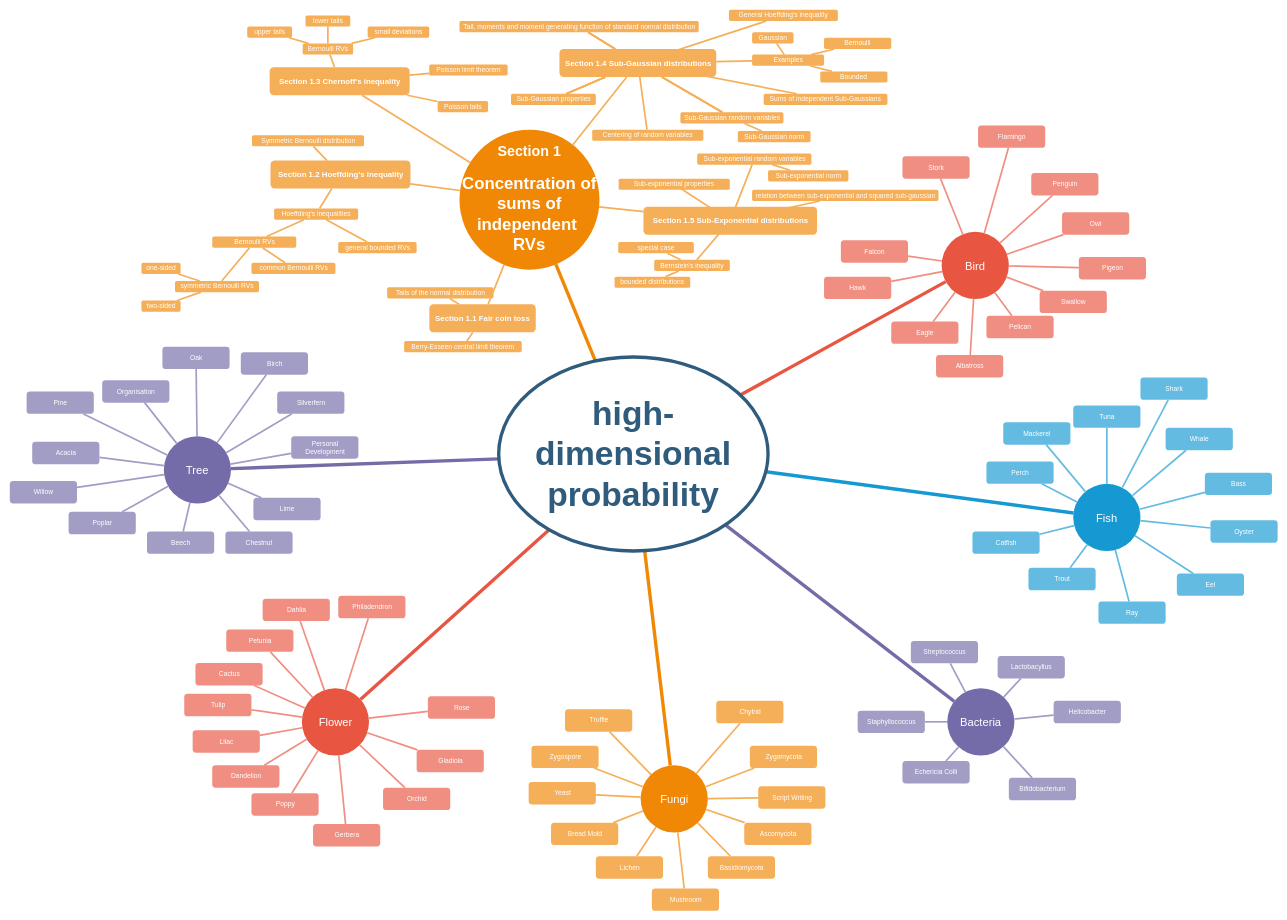
This is high-dimensional_probability.drawio from BjoernLudwigPTB/high-dimensional-probability, a draw.io file, before an edit. Source tidied: cells renumbered, new cells numbered last; positions are measured from the earlier drawing's top-left corner, leaving out a move shared by most shapes. Both pictures are drawn from the tidied source at 56%, with x=0, y=0 at pixel (10, 10).
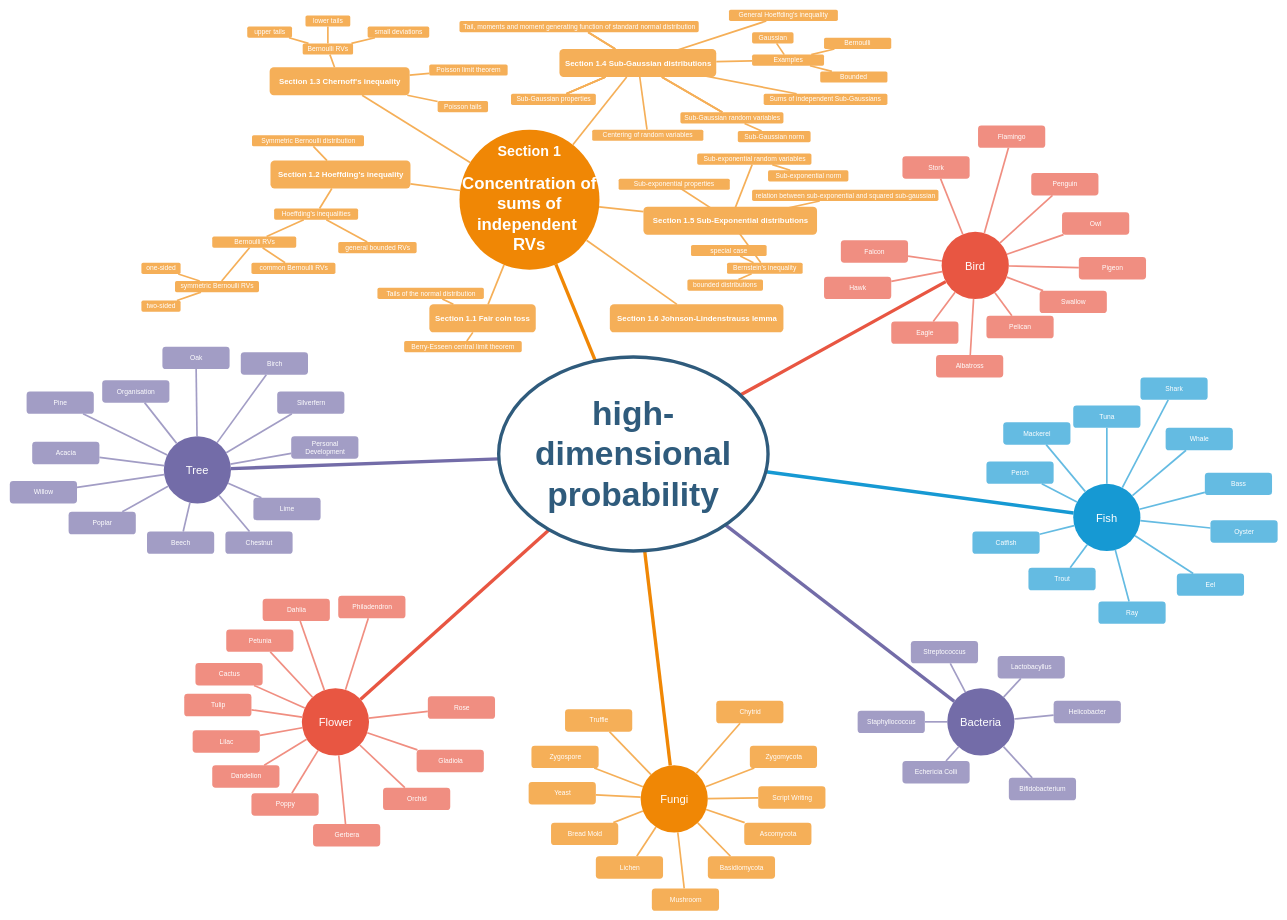
Above is the later version.

Commit message:
wip(diagram): insert section 1.6 into `high-dimensional_probability.drawio`

Unchanged cells that the change refers to:
```xml
<mxCell id="7" value="&lt;div style=&quot;font-size: 17px&quot;&gt;&lt;h2&gt;Section 1&lt;/h2&gt;&lt;/div&gt;&lt;div&gt;&lt;h2&gt;Concentration of sums of independent&amp;nbsp; RVs&lt;/h2&gt;&lt;/div&gt;" style="ellipse;whiteSpace=wrap;html=1;shadow=0;fontFamily=Helvetica;fontSize=20;fontColor=#FFFFFF;align=center;strokeWidth=3;fillColor=#F08705;strokeColor=none;gradientColor=none;rounded=1;" parent="1" vertex="1">
  <mxGeometry x="803" y="214" width="250" height="250" as="geometry" />
</mxCell>
```

The edit, as a diff of the source:
```diff
@@
     <mxCell id="21" value="&lt;p&gt;Tails of the normal distribution&lt;/p&gt;" style="fillColor=#f5af58;strokeColor=none;strokeWidth=3;shadow=0;html=1;fontColor=#FFFFFF;rounded=1;" parent="1" vertex="1">
-      <mxGeometry x="673.8" y="495.5" width="190" height="20" as="geometry" />
+      <mxGeometry x="656.5" y="496.5" width="190" height="20" as="geometry" />
     </mxCell>
@@
+    <mxCell id="230" style="edgeStyle=none;jettySize=auto;html=1;endArrow=none;strokeColor=#F5AF58;strokeWidth=3;fontColor=#FFFFFF;" parent="1" edge="1" source="7" target="231">
+      <mxGeometry relative="1" as="geometry" />
+    </mxCell>
@@
     <mxCell id="227" value="Bernstein's inequality" style="whiteSpace=wrap;html=1;shadow=0;fontColor=#FFFFFF;strokeColor=none;strokeWidth=3;fillColor=#f5af58;rounded=1;" parent="1" vertex="1">
-      <mxGeometry x="1150.8" y="446.5" width="135" height="20" as="geometry" />
+      <mxGeometry x="1280.8" y="451.5" width="135" height="20" as="geometry" />
     </mxCell>
     <mxCell id="228" value="special case" style="whiteSpace=wrap;html=1;shadow=0;fontColor=#FFFFFF;strokeColor=none;strokeWidth=3;fillColor=#f5af58;rounded=1;" parent="1" vertex="1">
-      <mxGeometry x="1086.5" y="414.8" width="135" height="20" as="geometry" />
+      <mxGeometry x="1216.5" y="419.8" width="135" height="20" as="geometry" />
     </mxCell>
     <mxCell id="229" value="bounded distributions" style="whiteSpace=wrap;html=1;shadow=0;fontColor=#FFFFFF;strokeColor=none;strokeWidth=3;fillColor=#f5af58;rounded=1;" parent="1" vertex="1">
-      <mxGeometry x="1080" y="476.5" width="135" height="20" as="geometry" />
+      <mxGeometry x="1210" y="481.5" width="135" height="20" as="geometry" />
     </mxCell>
+    <mxCell id="231" value="&lt;h3&gt;Section 1.6 Johnson-Lindenstrauss lemma&lt;/h3&gt;" style="fillColor=#f5af58;strokeColor=none;strokeWidth=3;shadow=0;html=1;fontColor=#FFFFFF;rounded=1;" parent="1" vertex="1">
+      <mxGeometry x="1071.5" y="526" width="310" height="50" as="geometry" />
+    </mxCell>
```
